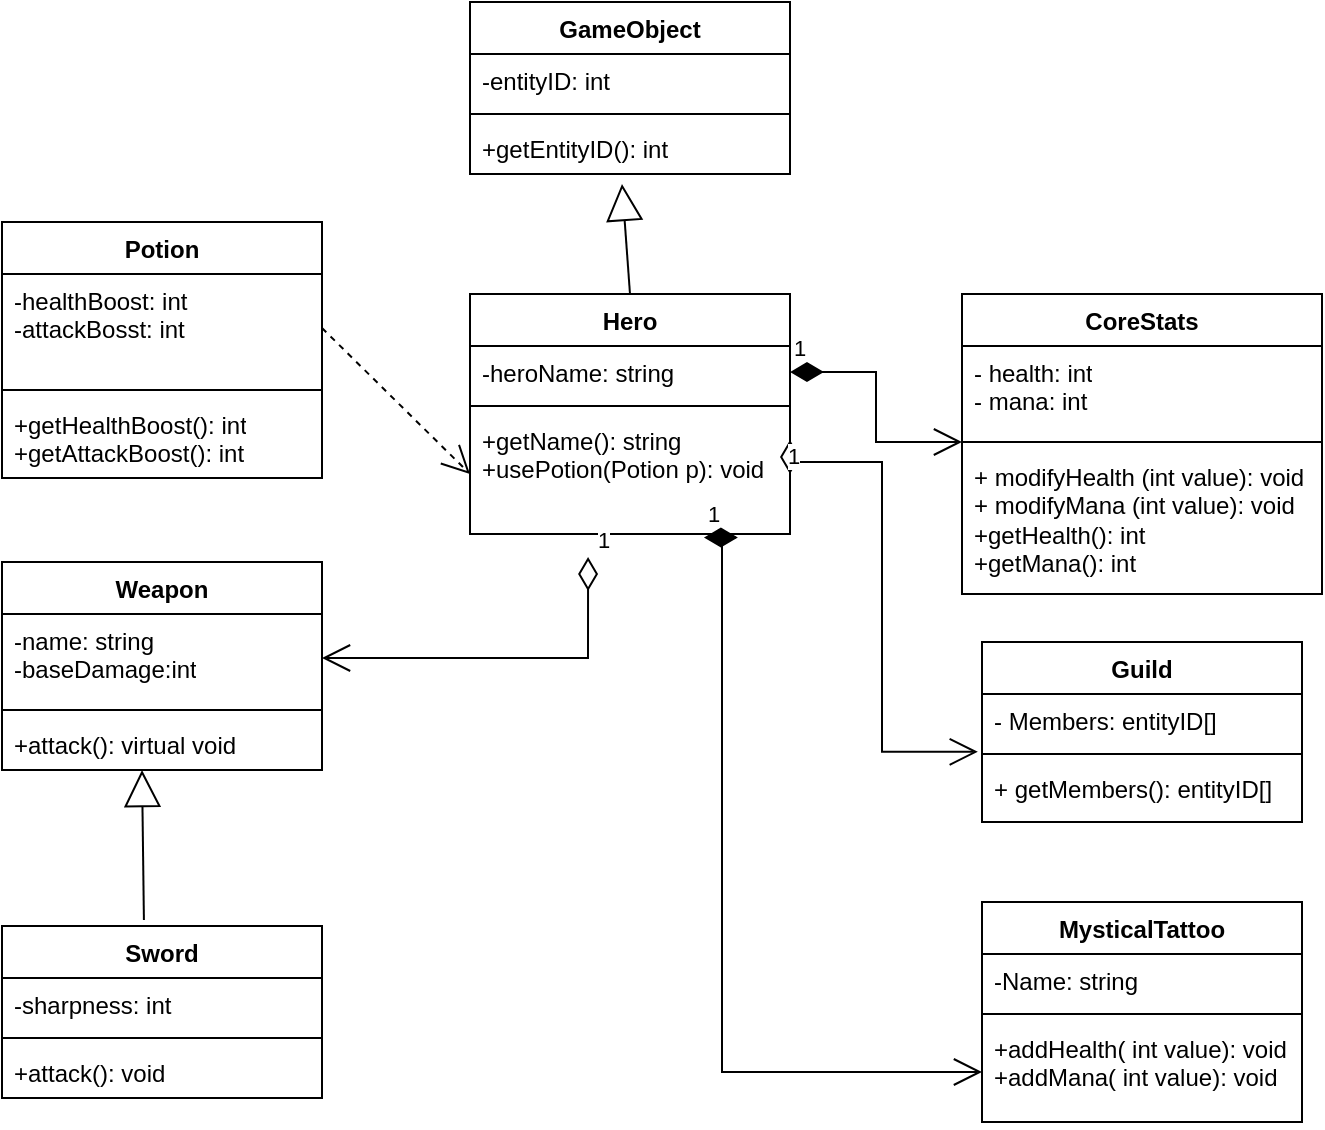
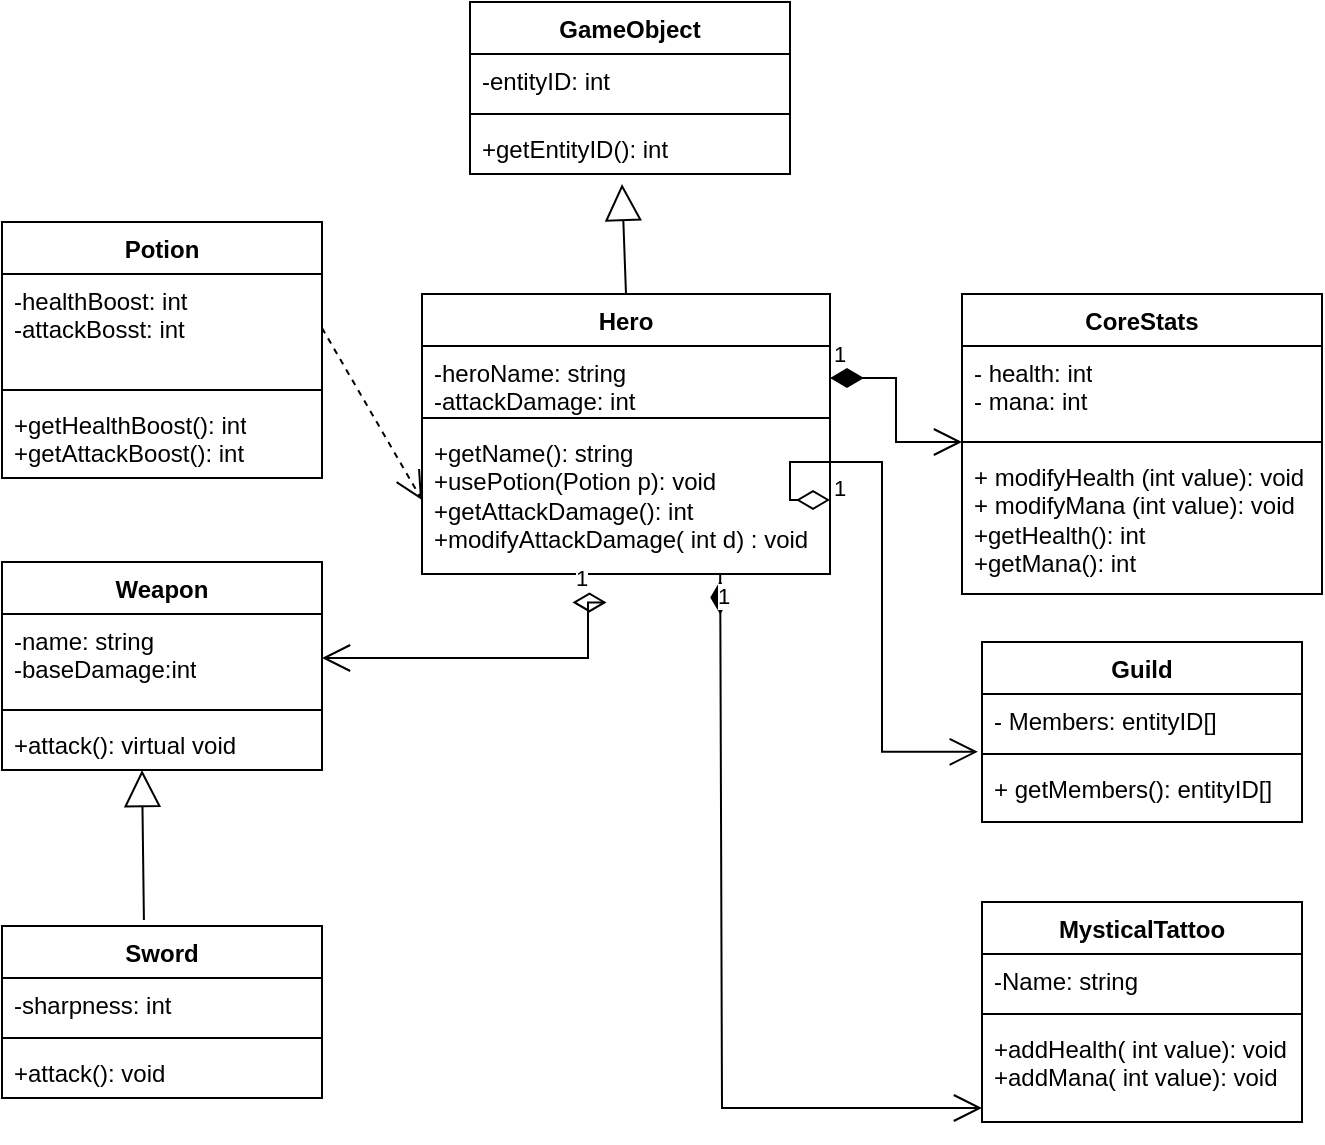
- <mxfile host="Electron" modified="2026-05-21T20:26:59.494Z" agent="Mozilla/5.0 (Windows NT 10.0; Win64; x64) AppleWebKit/537.36 (KHTML, like Gecko) draw.io/24.4.0 Chrome/120.0.6099.109 Electron/28.1.0 Safari/537.36" etag="o65Ir3SlIkcTDKR8OnOx" version="24.4.0" type="device">
+ <mxfile host="Electron" modified="2026-05-21T20:30:16.465Z" agent="Mozilla/5.0 (Windows NT 10.0; Win64; x64) AppleWebKit/537.36 (KHTML, like Gecko) draw.io/24.4.0 Chrome/120.0.6099.109 Electron/28.1.0 Safari/537.36" etag="jNCnLj4tT-knDkGdtF-_" version="24.4.0" type="device">
  <diagram id="C5RBs43oDa-KdzZeNtuy" name="Page-1">
-     <mxGraphModel dx="909" dy="543" grid="1" gridSize="10" guides="1" tooltips="1" connect="1" arrows="1" fold="1" page="1" pageScale="1" pageWidth="827" pageHeight="1169" math="0" shadow="0">
+     <mxGraphModel dx="1016" dy="607" grid="1" gridSize="10" guides="1" tooltips="1" connect="1" arrows="1" fold="1" page="1" pageScale="1" pageWidth="827" pageHeight="1169" math="0" shadow="0">
      <root>
        <mxCell id="WIyWlLk6GJQsqaUBKTNV-0" />
        <mxCell id="WIyWlLk6GJQsqaUBKTNV-1" parent="WIyWlLk6GJQsqaUBKTNV-0" />
        <mxCell id="p3vUgTUbWygCvYEN91rt-4" value="Hero" style="swimlane;fontStyle=1;align=center;verticalAlign=top;childLayout=stackLayout;horizontal=1;startSize=26;horizontalStack=0;resizeParent=1;resizeParentMax=0;resizeLast=0;collapsible=1;marginBottom=0;whiteSpace=wrap;html=1;" vertex="1" parent="WIyWlLk6GJQsqaUBKTNV-1">
-           <mxGeometry x="334" y="166" width="160" height="120" as="geometry" />
+           <mxGeometry x="310" y="166" width="204" height="140" as="geometry" />
        </mxCell>
-         <mxCell id="p3vUgTUbWygCvYEN91rt-5" value="-heroName: string" style="text;strokeColor=none;fillColor=none;align=left;verticalAlign=top;spacingLeft=4;spacingRight=4;overflow=hidden;rotatable=0;points=[[0,0.5],[1,0.5]];portConstraint=eastwest;whiteSpace=wrap;html=1;" vertex="1" parent="p3vUgTUbWygCvYEN91rt-4">
-           <mxGeometry y="26" width="160" height="26" as="geometry" />
+         <mxCell id="p3vUgTUbWygCvYEN91rt-5" value="-heroName: string&lt;div&gt;-attackDamage: int&lt;/div&gt;" style="text;strokeColor=none;fillColor=none;align=left;verticalAlign=top;spacingLeft=4;spacingRight=4;overflow=hidden;rotatable=0;points=[[0,0.5],[1,0.5]];portConstraint=eastwest;whiteSpace=wrap;html=1;" vertex="1" parent="p3vUgTUbWygCvYEN91rt-4">
+           <mxGeometry y="26" width="204" height="32" as="geometry" />
        </mxCell>
        <mxCell id="p3vUgTUbWygCvYEN91rt-6" value="" style="line;strokeWidth=1;fillColor=none;align=left;verticalAlign=middle;spacingTop=-1;spacingLeft=3;spacingRight=3;rotatable=0;labelPosition=right;points=[];portConstraint=eastwest;strokeColor=inherit;" vertex="1" parent="p3vUgTUbWygCvYEN91rt-4">
-           <mxGeometry y="52" width="160" height="8" as="geometry" />
+           <mxGeometry y="58" width="204" height="8" as="geometry" />
        </mxCell>
-         <mxCell id="p3vUgTUbWygCvYEN91rt-7" value="+getName(): string&lt;div&gt;+usePotion(Potion p): void&lt;/div&gt;&lt;div&gt;&lt;br&gt;&lt;div&gt;&lt;br&gt;&lt;/div&gt;&lt;/div&gt;" style="text;strokeColor=none;fillColor=none;align=left;verticalAlign=top;spacingLeft=4;spacingRight=4;overflow=hidden;rotatable=0;points=[[0,0.5],[1,0.5]];portConstraint=eastwest;whiteSpace=wrap;html=1;" vertex="1" parent="p3vUgTUbWygCvYEN91rt-4">
-           <mxGeometry y="60" width="160" height="60" as="geometry" />
+         <mxCell id="p3vUgTUbWygCvYEN91rt-7" value="+getName(): string&lt;div&gt;+usePotion(Potion p): void&lt;/div&gt;&lt;div&gt;+getAttackDamage(): int&lt;/div&gt;&lt;div&gt;+modifyAttackDamage( int d) : void&lt;/div&gt;&lt;div&gt;&lt;br&gt;&lt;div&gt;&lt;br&gt;&lt;/div&gt;&lt;/div&gt;" style="text;strokeColor=none;fillColor=none;align=left;verticalAlign=top;spacingLeft=4;spacingRight=4;overflow=hidden;rotatable=0;points=[[0,0.5],[1,0.5]];portConstraint=eastwest;whiteSpace=wrap;html=1;" vertex="1" parent="p3vUgTUbWygCvYEN91rt-4">
+           <mxGeometry y="66" width="204" height="74" as="geometry" />
        </mxCell>
        <mxCell id="p3vUgTUbWygCvYEN91rt-8" value="CoreStats" style="swimlane;fontStyle=1;align=center;verticalAlign=top;childLayout=stackLayout;horizontal=1;startSize=26;horizontalStack=0;resizeParent=1;resizeParentMax=0;resizeLast=0;collapsible=1;marginBottom=0;whiteSpace=wrap;html=1;" vertex="1" parent="WIyWlLk6GJQsqaUBKTNV-1">
          <mxGeometry x="580" y="166" width="180" height="150" as="geometry" />
        </mxCell>
        <mxCell id="p3vUgTUbWygCvYEN91rt-9" value="- health: int&lt;div&gt;- mana: int&lt;/div&gt;" style="text;strokeColor=none;fillColor=none;align=left;verticalAlign=top;spacingLeft=4;spacingRight=4;overflow=hidden;rotatable=0;points=[[0,0.5],[1,0.5]];portConstraint=eastwest;whiteSpace=wrap;html=1;" vertex="1" parent="p3vUgTUbWygCvYEN91rt-8">
          <mxGeometry y="26" width="180" height="44" as="geometry" />
        </mxCell>
        <mxCell id="p3vUgTUbWygCvYEN91rt-10" value="" style="line;strokeWidth=1;fillColor=none;align=left;verticalAlign=middle;spacingTop=-1;spacingLeft=3;spacingRight=3;rotatable=0;labelPosition=right;points=[];portConstraint=eastwest;strokeColor=inherit;" vertex="1" parent="p3vUgTUbWygCvYEN91rt-8">
          <mxGeometry y="70" width="180" height="8" as="geometry" />
        </mxCell>
        <mxCell id="p3vUgTUbWygCvYEN91rt-11" value="+ modifyHealth (int value): void&lt;div&gt;+ modifyMana (int value): void&lt;/div&gt;&lt;div&gt;+getHealth(): int&lt;/div&gt;&lt;div&gt;+getMana(): int&lt;/div&gt;&lt;div&gt;&lt;br&gt;&lt;div&gt;&lt;br&gt;&lt;/div&gt;&lt;/div&gt;" style="text;strokeColor=none;fillColor=none;align=left;verticalAlign=top;spacingLeft=4;spacingRight=4;overflow=hidden;rotatable=0;points=[[0,0.5],[1,0.5]];portConstraint=eastwest;whiteSpace=wrap;html=1;" vertex="1" parent="p3vUgTUbWygCvYEN91rt-8">
          <mxGeometry y="78" width="180" height="72" as="geometry" />
        </mxCell>
        <mxCell id="p3vUgTUbWygCvYEN91rt-12" value="MysticalTattoo" style="swimlane;fontStyle=1;align=center;verticalAlign=top;childLayout=stackLayout;horizontal=1;startSize=26;horizontalStack=0;resizeParent=1;resizeParentMax=0;resizeLast=0;collapsible=1;marginBottom=0;whiteSpace=wrap;html=1;" vertex="1" parent="WIyWlLk6GJQsqaUBKTNV-1">
          <mxGeometry x="590" y="470" width="160" height="110" as="geometry" />
        </mxCell>
        <mxCell id="p3vUgTUbWygCvYEN91rt-13" value="-Name: string" style="text;strokeColor=none;fillColor=none;align=left;verticalAlign=top;spacingLeft=4;spacingRight=4;overflow=hidden;rotatable=0;points=[[0,0.5],[1,0.5]];portConstraint=eastwest;whiteSpace=wrap;html=1;" vertex="1" parent="p3vUgTUbWygCvYEN91rt-12">
          <mxGeometry y="26" width="160" height="26" as="geometry" />
        </mxCell>
        <mxCell id="p3vUgTUbWygCvYEN91rt-14" value="" style="line;strokeWidth=1;fillColor=none;align=left;verticalAlign=middle;spacingTop=-1;spacingLeft=3;spacingRight=3;rotatable=0;labelPosition=right;points=[];portConstraint=eastwest;strokeColor=inherit;" vertex="1" parent="p3vUgTUbWygCvYEN91rt-12">
          <mxGeometry y="52" width="160" height="8" as="geometry" />
        </mxCell>
        <mxCell id="p3vUgTUbWygCvYEN91rt-15" value="+addHealth( int value): void&lt;div&gt;+addMana( int value): void&lt;/div&gt;" style="text;strokeColor=none;fillColor=none;align=left;verticalAlign=top;spacingLeft=4;spacingRight=4;overflow=hidden;rotatable=0;points=[[0,0.5],[1,0.5]];portConstraint=eastwest;whiteSpace=wrap;html=1;" vertex="1" parent="p3vUgTUbWygCvYEN91rt-12">
          <mxGeometry y="60" width="160" height="50" as="geometry" />
        </mxCell>
        <mxCell id="p3vUgTUbWygCvYEN91rt-16" value="Guild" style="swimlane;fontStyle=1;align=center;verticalAlign=top;childLayout=stackLayout;horizontal=1;startSize=26;horizontalStack=0;resizeParent=1;resizeParentMax=0;resizeLast=0;collapsible=1;marginBottom=0;whiteSpace=wrap;html=1;" vertex="1" parent="WIyWlLk6GJQsqaUBKTNV-1">
          <mxGeometry x="590" y="340" width="160" height="90" as="geometry" />
        </mxCell>
        <mxCell id="p3vUgTUbWygCvYEN91rt-17" value="- Members: entityID[]" style="text;strokeColor=none;fillColor=none;align=left;verticalAlign=top;spacingLeft=4;spacingRight=4;overflow=hidden;rotatable=0;points=[[0,0.5],[1,0.5]];portConstraint=eastwest;whiteSpace=wrap;html=1;" vertex="1" parent="p3vUgTUbWygCvYEN91rt-16">
          <mxGeometry y="26" width="160" height="26" as="geometry" />
        </mxCell>
        <mxCell id="p3vUgTUbWygCvYEN91rt-18" value="" style="line;strokeWidth=1;fillColor=none;align=left;verticalAlign=middle;spacingTop=-1;spacingLeft=3;spacingRight=3;rotatable=0;labelPosition=right;points=[];portConstraint=eastwest;strokeColor=inherit;" vertex="1" parent="p3vUgTUbWygCvYEN91rt-16">
          <mxGeometry y="52" width="160" height="8" as="geometry" />
        </mxCell>
        <mxCell id="p3vUgTUbWygCvYEN91rt-19" value="+ getMembers(): entityID[]&lt;div&gt;&lt;br&gt;&lt;/div&gt;" style="text;strokeColor=none;fillColor=none;align=left;verticalAlign=top;spacingLeft=4;spacingRight=4;overflow=hidden;rotatable=0;points=[[0,0.5],[1,0.5]];portConstraint=eastwest;whiteSpace=wrap;html=1;" vertex="1" parent="p3vUgTUbWygCvYEN91rt-16">
          <mxGeometry y="60" width="160" height="30" as="geometry" />
        </mxCell>
        <mxCell id="p3vUgTUbWygCvYEN91rt-20" value="Weapon" style="swimlane;fontStyle=1;align=center;verticalAlign=top;childLayout=stackLayout;horizontal=1;startSize=26;horizontalStack=0;resizeParent=1;resizeParentMax=0;resizeLast=0;collapsible=1;marginBottom=0;whiteSpace=wrap;html=1;" vertex="1" parent="WIyWlLk6GJQsqaUBKTNV-1">
          <mxGeometry x="100" y="300" width="160" height="104" as="geometry" />
        </mxCell>
        <mxCell id="p3vUgTUbWygCvYEN91rt-21" value="-name: string&lt;div&gt;-baseDamage:int&lt;br&gt;&lt;div&gt;&lt;br&gt;&lt;/div&gt;&lt;/div&gt;" style="text;strokeColor=none;fillColor=none;align=left;verticalAlign=top;spacingLeft=4;spacingRight=4;overflow=hidden;rotatable=0;points=[[0,0.5],[1,0.5]];portConstraint=eastwest;whiteSpace=wrap;html=1;" vertex="1" parent="p3vUgTUbWygCvYEN91rt-20">
          <mxGeometry y="26" width="160" height="44" as="geometry" />
        </mxCell>
        <mxCell id="p3vUgTUbWygCvYEN91rt-22" value="" style="line;strokeWidth=1;fillColor=none;align=left;verticalAlign=middle;spacingTop=-1;spacingLeft=3;spacingRight=3;rotatable=0;labelPosition=right;points=[];portConstraint=eastwest;strokeColor=inherit;" vertex="1" parent="p3vUgTUbWygCvYEN91rt-20">
          <mxGeometry y="70" width="160" height="8" as="geometry" />
        </mxCell>
        <mxCell id="p3vUgTUbWygCvYEN91rt-23" value="+attack(): virtual void" style="text;strokeColor=none;fillColor=none;align=left;verticalAlign=top;spacingLeft=4;spacingRight=4;overflow=hidden;rotatable=0;points=[[0,0.5],[1,0.5]];portConstraint=eastwest;whiteSpace=wrap;html=1;" vertex="1" parent="p3vUgTUbWygCvYEN91rt-20">
          <mxGeometry y="78" width="160" height="26" as="geometry" />
        </mxCell>
        <mxCell id="p3vUgTUbWygCvYEN91rt-24" value="Potion" style="swimlane;fontStyle=1;align=center;verticalAlign=top;childLayout=stackLayout;horizontal=1;startSize=26;horizontalStack=0;resizeParent=1;resizeParentMax=0;resizeLast=0;collapsible=1;marginBottom=0;whiteSpace=wrap;html=1;" vertex="1" parent="WIyWlLk6GJQsqaUBKTNV-1">
          <mxGeometry x="100" y="130" width="160" height="128" as="geometry" />
        </mxCell>
        <mxCell id="p3vUgTUbWygCvYEN91rt-25" value="-healthBoost: int&lt;div&gt;-attackBosst: int&lt;/div&gt;" style="text;strokeColor=none;fillColor=none;align=left;verticalAlign=top;spacingLeft=4;spacingRight=4;overflow=hidden;rotatable=0;points=[[0,0.5],[1,0.5]];portConstraint=eastwest;whiteSpace=wrap;html=1;" vertex="1" parent="p3vUgTUbWygCvYEN91rt-24">
          <mxGeometry y="26" width="160" height="54" as="geometry" />
        </mxCell>
        <mxCell id="p3vUgTUbWygCvYEN91rt-26" value="" style="line;strokeWidth=1;fillColor=none;align=left;verticalAlign=middle;spacingTop=-1;spacingLeft=3;spacingRight=3;rotatable=0;labelPosition=right;points=[];portConstraint=eastwest;strokeColor=inherit;" vertex="1" parent="p3vUgTUbWygCvYEN91rt-24">
          <mxGeometry y="80" width="160" height="8" as="geometry" />
        </mxCell>
        <mxCell id="p3vUgTUbWygCvYEN91rt-27" value="+getHealthBoost(): int&lt;div&gt;+getAttackBoost(): int&lt;/div&gt;" style="text;strokeColor=none;fillColor=none;align=left;verticalAlign=top;spacingLeft=4;spacingRight=4;overflow=hidden;rotatable=0;points=[[0,0.5],[1,0.5]];portConstraint=eastwest;whiteSpace=wrap;html=1;" vertex="1" parent="p3vUgTUbWygCvYEN91rt-24">
          <mxGeometry y="88" width="160" height="40" as="geometry" />
        </mxCell>
        <mxCell id="p3vUgTUbWygCvYEN91rt-28" value="Sword" style="swimlane;fontStyle=1;align=center;verticalAlign=top;childLayout=stackLayout;horizontal=1;startSize=26;horizontalStack=0;resizeParent=1;resizeParentMax=0;resizeLast=0;collapsible=1;marginBottom=0;whiteSpace=wrap;html=1;" vertex="1" parent="WIyWlLk6GJQsqaUBKTNV-1">
          <mxGeometry x="100" y="482" width="160" height="86" as="geometry" />
        </mxCell>
        <mxCell id="p3vUgTUbWygCvYEN91rt-29" value="-sharpness: int" style="text;strokeColor=none;fillColor=none;align=left;verticalAlign=top;spacingLeft=4;spacingRight=4;overflow=hidden;rotatable=0;points=[[0,0.5],[1,0.5]];portConstraint=eastwest;whiteSpace=wrap;html=1;" vertex="1" parent="p3vUgTUbWygCvYEN91rt-28">
          <mxGeometry y="26" width="160" height="26" as="geometry" />
        </mxCell>
        <mxCell id="p3vUgTUbWygCvYEN91rt-30" value="" style="line;strokeWidth=1;fillColor=none;align=left;verticalAlign=middle;spacingTop=-1;spacingLeft=3;spacingRight=3;rotatable=0;labelPosition=right;points=[];portConstraint=eastwest;strokeColor=inherit;" vertex="1" parent="p3vUgTUbWygCvYEN91rt-28">
          <mxGeometry y="52" width="160" height="8" as="geometry" />
        </mxCell>
        <mxCell id="p3vUgTUbWygCvYEN91rt-31" value="+attack(): void" style="text;strokeColor=none;fillColor=none;align=left;verticalAlign=top;spacingLeft=4;spacingRight=4;overflow=hidden;rotatable=0;points=[[0,0.5],[1,0.5]];portConstraint=eastwest;whiteSpace=wrap;html=1;" vertex="1" parent="p3vUgTUbWygCvYEN91rt-28">
          <mxGeometry y="60" width="160" height="26" as="geometry" />
        </mxCell>
        <mxCell id="p3vUgTUbWygCvYEN91rt-33" value="GameObject" style="swimlane;fontStyle=1;align=center;verticalAlign=top;childLayout=stackLayout;horizontal=1;startSize=26;horizontalStack=0;resizeParent=1;resizeParentMax=0;resizeLast=0;collapsible=1;marginBottom=0;whiteSpace=wrap;html=1;" vertex="1" parent="WIyWlLk6GJQsqaUBKTNV-1">
          <mxGeometry x="334" y="20" width="160" height="86" as="geometry" />
        </mxCell>
        <mxCell id="p3vUgTUbWygCvYEN91rt-34" value="-entityID: int" style="text;strokeColor=none;fillColor=none;align=left;verticalAlign=top;spacingLeft=4;spacingRight=4;overflow=hidden;rotatable=0;points=[[0,0.5],[1,0.5]];portConstraint=eastwest;whiteSpace=wrap;html=1;" vertex="1" parent="p3vUgTUbWygCvYEN91rt-33">
          <mxGeometry y="26" width="160" height="26" as="geometry" />
        </mxCell>
        <mxCell id="p3vUgTUbWygCvYEN91rt-35" value="" style="line;strokeWidth=1;fillColor=none;align=left;verticalAlign=middle;spacingTop=-1;spacingLeft=3;spacingRight=3;rotatable=0;labelPosition=right;points=[];portConstraint=eastwest;strokeColor=inherit;" vertex="1" parent="p3vUgTUbWygCvYEN91rt-33">
          <mxGeometry y="52" width="160" height="8" as="geometry" />
        </mxCell>
        <mxCell id="p3vUgTUbWygCvYEN91rt-36" value="+getEntityID(): int" style="text;strokeColor=none;fillColor=none;align=left;verticalAlign=top;spacingLeft=4;spacingRight=4;overflow=hidden;rotatable=0;points=[[0,0.5],[1,0.5]];portConstraint=eastwest;whiteSpace=wrap;html=1;" vertex="1" parent="p3vUgTUbWygCvYEN91rt-33">
          <mxGeometry y="60" width="160" height="26" as="geometry" />
        </mxCell>
        <mxCell id="p3vUgTUbWygCvYEN91rt-41" value="" style="endArrow=block;endSize=16;endFill=0;html=1;rounded=0;exitX=0.5;exitY=0;exitDx=0;exitDy=0;entryX=0.475;entryY=1.192;entryDx=0;entryDy=0;entryPerimeter=0;" edge="1" parent="WIyWlLk6GJQsqaUBKTNV-1" source="p3vUgTUbWygCvYEN91rt-4" target="p3vUgTUbWygCvYEN91rt-36">
          <mxGeometry width="160" relative="1" as="geometry">
            <mxPoint x="330" y="270" as="sourcePoint" />
            <mxPoint x="490" y="270" as="targetPoint" />
          </mxGeometry>
        </mxCell>
        <mxCell id="p3vUgTUbWygCvYEN91rt-42" value="" style="endArrow=block;endSize=16;endFill=0;html=1;rounded=0;exitX=0.5;exitY=0;exitDx=0;exitDy=0;" edge="1" parent="WIyWlLk6GJQsqaUBKTNV-1">
          <mxGeometry width="160" relative="1" as="geometry">
            <mxPoint x="170.95999999999995" y="479" as="sourcePoint" />
            <mxPoint x="170" y="404" as="targetPoint" />
          </mxGeometry>
        </mxCell>
        <mxCell id="p3vUgTUbWygCvYEN91rt-43" value="1" style="endArrow=open;html=1;endSize=12;startArrow=diamondThin;startSize=14;startFill=1;edgeStyle=orthogonalEdgeStyle;align=left;verticalAlign=bottom;rounded=0;exitX=1;exitY=0.5;exitDx=0;exitDy=0;entryX=0;entryY=1.091;entryDx=0;entryDy=0;entryPerimeter=0;" edge="1" parent="WIyWlLk6GJQsqaUBKTNV-1" source="p3vUgTUbWygCvYEN91rt-5" target="p3vUgTUbWygCvYEN91rt-9">
          <mxGeometry x="-1" y="3" relative="1" as="geometry">
            <mxPoint x="340" y="340" as="sourcePoint" />
            <mxPoint x="500" y="340" as="targetPoint" />
          </mxGeometry>
        </mxCell>
-         <mxCell id="p3vUgTUbWygCvYEN91rt-45" value="1" style="endArrow=open;html=1;endSize=12;startArrow=diamondThin;startSize=14;startFill=1;edgeStyle=orthogonalEdgeStyle;align=left;verticalAlign=bottom;rounded=0;entryX=0;entryY=0.5;entryDx=0;entryDy=0;exitX=0.731;exitY=1.03;exitDx=0;exitDy=0;exitPerimeter=0;" edge="1" parent="WIyWlLk6GJQsqaUBKTNV-1" source="p3vUgTUbWygCvYEN91rt-7" target="p3vUgTUbWygCvYEN91rt-15">
+         <mxCell id="p3vUgTUbWygCvYEN91rt-45" value="1" style="endArrow=open;html=1;endSize=12;startArrow=diamondThin;startSize=14;startFill=1;edgeStyle=orthogonalEdgeStyle;align=left;verticalAlign=bottom;rounded=0;entryX=0;entryY=0.5;entryDx=0;entryDy=0;exitX=0.731;exitY=1.03;exitDx=0;exitDy=0;exitPerimeter=0;" edge="1" parent="WIyWlLk6GJQsqaUBKTNV-1">
          <mxGeometry x="-1" y="3" relative="1" as="geometry">
-             <mxPoint x="260" y="390" as="sourcePoint" />
-             <mxPoint x="420" y="390" as="targetPoint" />
+             <mxPoint x="459.124" y="326.22" as="sourcePoint" />
+             <mxPoint x="590" y="573" as="targetPoint" />
            <Array as="points">
-               <mxPoint x="460" y="288" />
-               <mxPoint x="460" y="555" />
+               <mxPoint x="460" y="306" />
+               <mxPoint x="460" y="573" />
            </Array>
          </mxGeometry>
        </mxCell>
        <mxCell id="p3vUgTUbWygCvYEN91rt-46" value="1" style="endArrow=open;html=1;endSize=12;startArrow=diamondThin;startSize=14;startFill=0;edgeStyle=orthogonalEdgeStyle;align=left;verticalAlign=bottom;rounded=0;entryX=-0.013;entryY=1.111;entryDx=0;entryDy=0;entryPerimeter=0;exitX=1;exitY=0.5;exitDx=0;exitDy=0;" edge="1" parent="WIyWlLk6GJQsqaUBKTNV-1" source="p3vUgTUbWygCvYEN91rt-7" target="p3vUgTUbWygCvYEN91rt-17">
          <mxGeometry x="-1" y="3" relative="1" as="geometry">
            <mxPoint x="260" y="390" as="sourcePoint" />
            <mxPoint x="420" y="390" as="targetPoint" />
            <Array as="points">
              <mxPoint x="494" y="250" />
              <mxPoint x="540" y="250" />
              <mxPoint x="540" y="395" />
            </Array>
          </mxGeometry>
        </mxCell>
        <mxCell id="p3vUgTUbWygCvYEN91rt-47" value="1" style="endArrow=open;html=1;endSize=12;startArrow=diamondThin;startSize=14;startFill=0;edgeStyle=orthogonalEdgeStyle;align=left;verticalAlign=bottom;rounded=0;exitX=0.369;exitY=1.192;exitDx=0;exitDy=0;exitPerimeter=0;entryX=1;entryY=0.5;entryDx=0;entryDy=0;" edge="1" parent="WIyWlLk6GJQsqaUBKTNV-1" source="p3vUgTUbWygCvYEN91rt-7" target="p3vUgTUbWygCvYEN91rt-21">
          <mxGeometry x="-1" y="3" relative="1" as="geometry">
            <mxPoint x="260" y="390" as="sourcePoint" />
            <mxPoint x="370" y="460" as="targetPoint" />
            <Array as="points">
              <mxPoint x="393" y="348" />
            </Array>
          </mxGeometry>
        </mxCell>
        <mxCell id="p3vUgTUbWygCvYEN91rt-49" value="" style="endArrow=open;endSize=12;dashed=1;html=1;rounded=0;entryX=0;entryY=0.5;entryDx=0;entryDy=0;exitX=1;exitY=0.5;exitDx=0;exitDy=0;" edge="1" parent="WIyWlLk6GJQsqaUBKTNV-1" source="p3vUgTUbWygCvYEN91rt-25" target="p3vUgTUbWygCvYEN91rt-7">
          <mxGeometry width="160" relative="1" as="geometry">
            <mxPoint x="260" y="390" as="sourcePoint" />
            <mxPoint x="420" y="390" as="targetPoint" />
          </mxGeometry>
        </mxCell>
      </root>
    </mxGraphModel>
  </diagram>
</mxfile>
